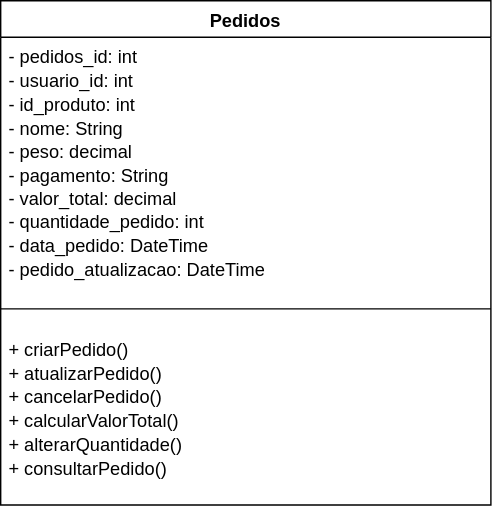
The draw.io diagram tabela_pedido.svg in FarmaSync-Plus/UML, before a commit. Source tidied: cells renumbered, new cells last; positions are measured from the earlier drawing's top-left corner, leaving out a move shared by most shapes.
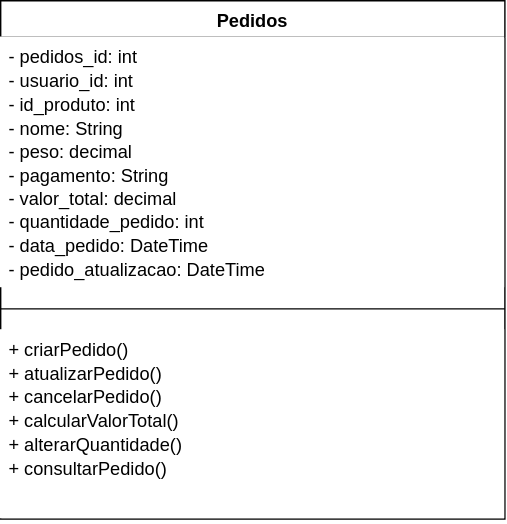
After the commit.

Change to the diagram source:
```diff
@@ -2,17 +2,17 @@
   <root>
     <mxCell id="0" />
     <mxCell id="1" parent="0" />
-    <mxCell id="2" value="&lt;font style=&quot;font-size: 13px;&quot;&gt;Pedidos&lt;/font&gt;" style="swimlane;fontStyle=1;align=center;verticalAlign=top;horizontal=1;startSize=26;whiteSpace=wrap;html=1;" parent="1" vertex="1">
-      <mxGeometry width="350" height="360" as="geometry" />
+    <mxCell id="2" value="&lt;font style=&quot;font-size: 13px;&quot;&gt;Pedidos&lt;/font&gt;" style="swimlane;fontStyle=1;align=center;verticalAlign=top;horizontal=1;startSize=26;whiteSpace=wrap;html=1;swimlaneFillColor=default;fillColor=default;gradientColor=none;" parent="1" vertex="1">
+      <mxGeometry width="360" height="370" as="geometry" />
     </mxCell>
-    <mxCell id="3" value="&lt;div style=&quot;line-height: 130%;&quot;&gt;&lt;div&gt;&lt;font style=&quot;font-size: 13px; line-height: 130%;&quot;&gt;- pedidos_id: int&lt;/font&gt;&lt;/div&gt;&lt;div&gt;&lt;font style=&quot;font-size: 13px; line-height: 130%;&quot;&gt;- usuario_id: int&lt;/font&gt;&lt;/div&gt;&lt;div&gt;&lt;font style=&quot;font-size: 13px; line-height: 130%;&quot;&gt;- id_produto: int&lt;/font&gt;&lt;/div&gt;&lt;div&gt;&lt;font style=&quot;font-size: 13px; line-height: 130%;&quot;&gt;- nome: String&lt;/font&gt;&lt;/div&gt;&lt;div&gt;&lt;font style=&quot;font-size: 13px; line-height: 130%;&quot;&gt;- peso: decimal&lt;/font&gt;&lt;/div&gt;&lt;div&gt;&lt;font style=&quot;font-size: 13px; line-height: 130%;&quot;&gt;- pagamento: String&lt;/font&gt;&lt;/div&gt;&lt;div&gt;&lt;font style=&quot;font-size: 13px; line-height: 130%;&quot;&gt;- valor_total: decimal&lt;/font&gt;&lt;/div&gt;&lt;div&gt;&lt;font style=&quot;font-size: 13px; line-height: 130%;&quot;&gt;- quantidade_pedido: int&lt;/font&gt;&lt;/div&gt;&lt;div&gt;&lt;font style=&quot;font-size: 13px; line-height: 130%;&quot;&gt;- data_pedido: DateTime&lt;/font&gt;&lt;/div&gt;&lt;div&gt;&lt;font style=&quot;font-size: 13px; line-height: 130%;&quot;&gt;- pedido_atualizacao: DateTime&lt;/font&gt;&lt;/div&gt;&lt;div&gt;&lt;font style=&quot;font-size: 13px;&quot;&gt;&lt;br&gt;&lt;/font&gt;&lt;/div&gt;&lt;div&gt;&lt;font style=&quot;font-size: 13px;&quot;&gt;&lt;br&gt;&lt;/font&gt;&lt;/div&gt;&lt;/div&gt;" style="text;align=left;verticalAlign=top;spacingLeft=4;spacingRight=4;overflow=hidden;whiteSpace=wrap;html=1;" parent="2" vertex="1">
-      <mxGeometry y="26" width="350" height="179" as="geometry" />
+    <mxCell id="3" value="&lt;div style=&quot;line-height: 130%;&quot;&gt;&lt;div&gt;&lt;font style=&quot;font-size: 13px; line-height: 130%;&quot;&gt;- pedidos_id: int&lt;/font&gt;&lt;/div&gt;&lt;div&gt;&lt;font style=&quot;font-size: 13px; line-height: 130%;&quot;&gt;- usuario_id: int&lt;/font&gt;&lt;/div&gt;&lt;div&gt;&lt;font style=&quot;font-size: 13px; line-height: 130%;&quot;&gt;- id_produto: int&lt;/font&gt;&lt;/div&gt;&lt;div&gt;&lt;font style=&quot;font-size: 13px; line-height: 130%;&quot;&gt;- nome: String&lt;/font&gt;&lt;/div&gt;&lt;div&gt;&lt;font style=&quot;font-size: 13px; line-height: 130%;&quot;&gt;- peso: decimal&lt;/font&gt;&lt;/div&gt;&lt;div&gt;&lt;font style=&quot;font-size: 13px; line-height: 130%;&quot;&gt;- pagamento: String&lt;/font&gt;&lt;/div&gt;&lt;div&gt;&lt;font style=&quot;font-size: 13px; line-height: 130%;&quot;&gt;- valor_total: decimal&lt;/font&gt;&lt;/div&gt;&lt;div&gt;&lt;font style=&quot;font-size: 13px; line-height: 130%;&quot;&gt;- quantidade_pedido: int&lt;/font&gt;&lt;/div&gt;&lt;div&gt;&lt;font style=&quot;font-size: 13px; line-height: 130%;&quot;&gt;- data_pedido: DateTime&lt;/font&gt;&lt;/div&gt;&lt;div&gt;&lt;font style=&quot;font-size: 13px; line-height: 130%;&quot;&gt;- pedido_atualizacao: DateTime&lt;/font&gt;&lt;/div&gt;&lt;div&gt;&lt;font style=&quot;font-size: 13px;&quot;&gt;&lt;br&gt;&lt;/font&gt;&lt;/div&gt;&lt;div&gt;&lt;font style=&quot;font-size: 13px;&quot;&gt;&lt;br&gt;&lt;/font&gt;&lt;/div&gt;&lt;/div&gt;" style="text;align=left;verticalAlign=top;spacingLeft=4;spacingRight=4;overflow=hidden;whiteSpace=wrap;html=1;swimlaneFillColor=default;fillColor=default;gradientColor=none;" parent="2" vertex="1">
+      <mxGeometry y="26" width="360" height="179" as="geometry" />
     </mxCell>
-    <mxCell id="4" style="line;strokeWidth=1;align=left;verticalAlign=middle;spacingTop=-1;spacingLeft=3;spacingRight=3;labelPosition=right;" parent="2" vertex="1">
-      <mxGeometry y="205" width="350" height="30" as="geometry" />
+    <mxCell id="4" style="line;strokeWidth=1;align=left;verticalAlign=middle;spacingTop=-1;spacingLeft=3;spacingRight=3;labelPosition=right;swimlaneFillColor=default;fillColor=default;gradientColor=none;" parent="2" vertex="1">
+      <mxGeometry y="205" width="360" height="30" as="geometry" />
     </mxCell>
-    <mxCell id="5" value="&lt;div style=&quot;line-height: 130%;&quot;&gt;&lt;div&gt;&lt;font style=&quot;font-size: 13px; line-height: 130%;&quot;&gt;+ criarPedido()&lt;/font&gt;&lt;/div&gt;&lt;div&gt;&lt;font style=&quot;font-size: 13px; line-height: 130%;&quot;&gt;+ atualizarPedido()&lt;/font&gt;&lt;/div&gt;&lt;div&gt;&lt;font style=&quot;font-size: 13px; line-height: 130%;&quot;&gt;+ cancelarPedido()&lt;/font&gt;&lt;/div&gt;&lt;div&gt;&lt;font style=&quot;font-size: 13px; line-height: 130%;&quot;&gt;+ calcularValorTotal()&lt;/font&gt;&lt;/div&gt;&lt;div&gt;&lt;font style=&quot;font-size: 13px; line-height: 130%;&quot;&gt;+ alterarQuantidade()&lt;/font&gt;&lt;/div&gt;&lt;div&gt;&lt;font style=&quot;font-size: 13px; line-height: 130%;&quot;&gt;+ consultarPedido()&lt;/font&gt;&lt;/div&gt;&lt;/div&gt;" style="text;align=left;verticalAlign=top;spacingLeft=4;spacingRight=4;overflow=hidden;whiteSpace=wrap;html=1;" parent="2" vertex="1">
-      <mxGeometry y="235" width="350" height="125" as="geometry" />
+    <mxCell id="5" value="&lt;div style=&quot;line-height: 130%;&quot;&gt;&lt;div&gt;&lt;font style=&quot;font-size: 13px; line-height: 130%;&quot;&gt;+ criarPedido()&lt;/font&gt;&lt;/div&gt;&lt;div&gt;&lt;font style=&quot;font-size: 13px; line-height: 130%;&quot;&gt;+ atualizarPedido()&lt;/font&gt;&lt;/div&gt;&lt;div&gt;&lt;font style=&quot;font-size: 13px; line-height: 130%;&quot;&gt;+ cancelarPedido()&lt;/font&gt;&lt;/div&gt;&lt;div&gt;&lt;font style=&quot;font-size: 13px; line-height: 130%;&quot;&gt;+ calcularValorTotal()&lt;/font&gt;&lt;/div&gt;&lt;div&gt;&lt;font style=&quot;font-size: 13px; line-height: 130%;&quot;&gt;+ alterarQuantidade()&lt;/font&gt;&lt;/div&gt;&lt;div&gt;&lt;font style=&quot;font-size: 13px; line-height: 130%;&quot;&gt;+ consultarPedido()&lt;/font&gt;&lt;/div&gt;&lt;/div&gt;" style="text;align=left;verticalAlign=top;spacingLeft=4;spacingRight=4;overflow=hidden;whiteSpace=wrap;html=1;swimlaneFillColor=default;fillColor=default;gradientColor=none;" parent="2" vertex="1">
+      <mxGeometry y="235" width="360" height="135" as="geometry" />
     </mxCell>
   </root>
 </mxGraphModel>
```
